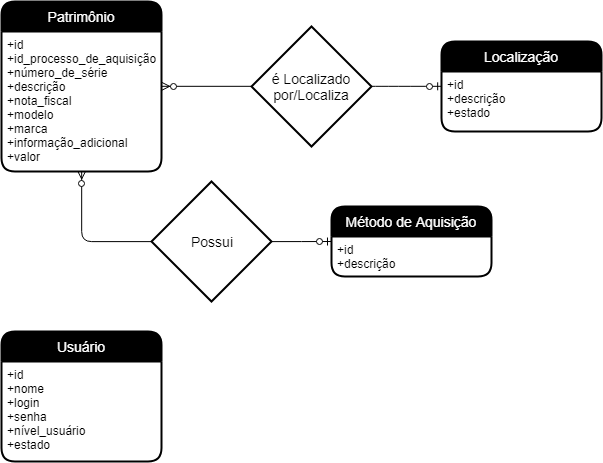
The draw.io diagram Diagramas/DER.png in gabrielfelicidade/patrimonio-docs, before a commit. Source tidied: cells renumbered, new cells last; positions are measured from the earlier drawing's top-left corner, leaving out a move shared by most shapes. Its diagram source:
```xml
<mxGraphModel>
  <root>
    <mxCell id="0" />
    <mxCell id="1" parent="0" />
    <mxCell id="2" value="Patrimônio" style="swimlane;horizontal=1;startSize=30;fillColor=#000000;fontColor=#FFFFFF;rounded=1;fontSize=14;fontStyle=0;strokeWidth=2;shadow=0;dashed=0;align=center;" parent="1" vertex="1">
      <mxGeometry width="160" height="170" as="geometry" />
    </mxCell>
    <mxCell id="3" value="+id&#10;+id_processo_de_aquisição&#10;+número_de_série&#10;+descrição&#10;+nota_fiscal&#10;+modelo&#10;+marca&#10;+informação_adicional&#10;+valor&#10;" style="align=left;strokeColor=none;fillColor=none;spacingLeft=4;fontSize=12;verticalAlign=top;" parent="2" vertex="1">
      <mxGeometry y="30" width="160" height="140" as="geometry" />
    </mxCell>
    <mxCell id="4" value="Localização" style="swimlane;horizontal=1;startSize=30;fillColor=#000000;fontColor=#FFFFFF;rounded=1;fontSize=14;fontStyle=0;strokeWidth=2;shadow=0;dashed=0;align=center;" parent="1" vertex="1">
      <mxGeometry x="440" y="40" width="160" height="90" as="geometry" />
    </mxCell>
    <mxCell id="5" value="+id&#10;+descrição&#10;+estado&#10;" style="align=left;strokeColor=none;fillColor=none;spacingLeft=4;fontSize=12;verticalAlign=top;" parent="4" vertex="1">
      <mxGeometry y="30" width="160" height="60" as="geometry" />
    </mxCell>
    <mxCell id="6" value="Método de Aquisição" style="swimlane;horizontal=1;startSize=30;fillColor=#000000;fontColor=#FFFFFF;rounded=1;fontSize=14;fontStyle=0;strokeWidth=2;shadow=0;dashed=0;align=center;" parent="1" vertex="1">
      <mxGeometry x="330" y="205" width="160" height="70" as="geometry" />
    </mxCell>
    <mxCell id="7" value="+id&#10;+descrição&#10;" style="align=left;strokeColor=none;fillColor=none;spacingLeft=4;fontSize=12;verticalAlign=top;" parent="6" vertex="1">
      <mxGeometry y="30" width="160" height="40" as="geometry" />
    </mxCell>
    <mxCell id="8" value="Usuário" style="swimlane;horizontal=1;startSize=30;fillColor=#000000;fontColor=#FFFFFF;rounded=1;fontSize=14;fontStyle=0;strokeWidth=2;shadow=0;dashed=0;align=center;" parent="1" vertex="1">
      <mxGeometry y="330" width="160" height="130" as="geometry" />
    </mxCell>
    <mxCell id="9" value="+id&#10;+nome&#10;+login&#10;+senha&#10;+nível_usuário&#10;+estado&#10;" style="align=left;strokeColor=none;fillColor=none;spacingLeft=4;fontSize=12;verticalAlign=top;" parent="8" vertex="1">
      <mxGeometry y="30" width="160" height="100" as="geometry" />
    </mxCell>
    <mxCell id="10" value="é Localizado por/Localiza" style="shape=rhombus;strokeWidth=2;fontSize=17;perimeter=rhombusPerimeter;whiteSpace=wrap;html=1;align=center;fontSize=14;fillColor=none;" parent="1" vertex="1">
      <mxGeometry x="250" y="25" width="120" height="120" as="geometry" />
    </mxCell>
    <mxCell id="11" style="fontSize=12;html=1;endArrow=ERzeroToMany;endFill=1;exitX=0;exitY=0.5;exitDx=0;exitDy=0;elbow=vertical;entryX=1.002;entryY=0.393;entryDx=0;entryDy=0;entryPerimeter=0;" parent="1" edge="1" source="10" target="3">
      <mxGeometry relative="1" as="geometry" />
    </mxCell>
    <mxCell id="12" style="edgeStyle=orthogonalEdgeStyle;fontSize=12;html=1;endArrow=ERzeroToOne;endFill=1;exitX=1;exitY=0.5;exitDx=0;exitDy=0;entryX=0;entryY=0.5;entryDx=0;entryDy=0;curved=1;" parent="1" edge="1" source="10" target="4">
      <mxGeometry relative="1" as="geometry" />
    </mxCell>
    <mxCell id="13" value="Possui" style="shape=rhombus;strokeWidth=2;fontSize=17;perimeter=rhombusPerimeter;whiteSpace=wrap;html=1;align=center;fontSize=14;fillColor=none;" parent="1" vertex="1">
      <mxGeometry x="150" y="180" width="120" height="120" as="geometry" />
    </mxCell>
    <mxCell id="14" style="fontSize=12;html=1;endArrow=ERzeroToMany;endFill=1;exitX=0;exitY=0.5;exitDx=0;exitDy=0;elbow=vertical;entryX=0.5;entryY=1;entryDx=0;entryDy=0;edgeStyle=orthogonalEdgeStyle;" parent="1" edge="1" source="13" target="3">
      <mxGeometry relative="1" as="geometry" />
    </mxCell>
    <mxCell id="15" style="edgeStyle=orthogonalEdgeStyle;fontSize=12;html=1;endArrow=ERzeroToOne;endFill=1;exitX=1;exitY=0.5;exitDx=0;exitDy=0;curved=1;" parent="1" edge="1" source="13">
      <mxGeometry relative="1" as="geometry">
        <mxPoint x="330" y="240" as="targetPoint" />
      </mxGeometry>
    </mxCell>
  </root>
</mxGraphModel>
```
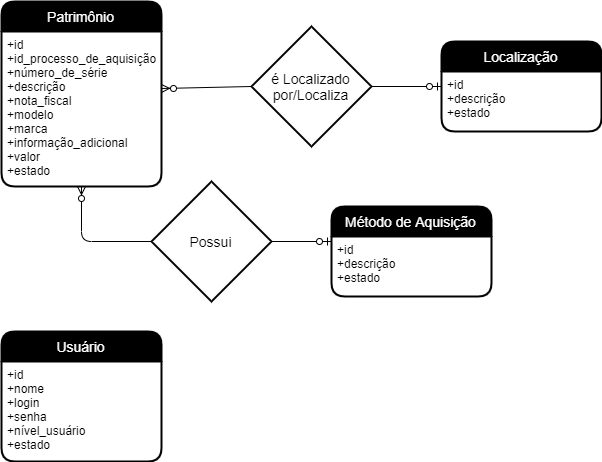
Later version of the same file.

Commit message:
280319 - Alterações nos Diagramas de Classe, DER e na documentação

What changed in the source:
```diff
@@ -3,10 +3,10 @@
     <mxCell id="0" />
     <mxCell id="1" parent="0" />
     <mxCell id="2" value="Patrimônio" style="swimlane;horizontal=1;startSize=30;fillColor=#000000;fontColor=#FFFFFF;rounded=1;fontSize=14;fontStyle=0;strokeWidth=2;shadow=0;dashed=0;align=center;" parent="1" vertex="1">
-      <mxGeometry width="160" height="170" as="geometry" />
+      <mxGeometry width="160" height="185" as="geometry" />
     </mxCell>
-    <mxCell id="3" value="+id&#10;+id_processo_de_aquisição&#10;+número_de_série&#10;+descrição&#10;+nota_fiscal&#10;+modelo&#10;+marca&#10;+informação_adicional&#10;+valor&#10;" style="align=left;strokeColor=none;fillColor=none;spacingLeft=4;fontSize=12;verticalAlign=top;" parent="2" vertex="1">
-      <mxGeometry y="30" width="160" height="140" as="geometry" />
+    <mxCell id="3" value="+id&#10;+id_processo_de_aquisição&#10;+número_de_série&#10;+descrição&#10;+nota_fiscal&#10;+modelo&#10;+marca&#10;+informação_adicional&#10;+valor&#10;+estado&#10;" style="align=left;strokeColor=none;fillColor=none;spacingLeft=4;fontSize=12;verticalAlign=top;" parent="2" vertex="1">
+      <mxGeometry y="30" width="160" height="155" as="geometry" />
     </mxCell>
     <mxCell id="4" value="Localização" style="swimlane;horizontal=1;startSize=30;fillColor=#000000;fontColor=#FFFFFF;rounded=1;fontSize=14;fontStyle=0;strokeWidth=2;shadow=0;dashed=0;align=center;" parent="1" vertex="1">
       <mxGeometry x="440" y="40" width="160" height="90" as="geometry" />
@@ -15,10 +15,10 @@
       <mxGeometry y="30" width="160" height="60" as="geometry" />
     </mxCell>
     <mxCell id="6" value="Método de Aquisição" style="swimlane;horizontal=1;startSize=30;fillColor=#000000;fontColor=#FFFFFF;rounded=1;fontSize=14;fontStyle=0;strokeWidth=2;shadow=0;dashed=0;align=center;" parent="1" vertex="1">
-      <mxGeometry x="330" y="205" width="160" height="70" as="geometry" />
+      <mxGeometry x="330" y="205" width="160" height="90" as="geometry" />
     </mxCell>
-    <mxCell id="7" value="+id&#10;+descrição&#10;" style="align=left;strokeColor=none;fillColor=none;spacingLeft=4;fontSize=12;verticalAlign=top;" parent="6" vertex="1">
-      <mxGeometry y="30" width="160" height="40" as="geometry" />
+    <mxCell id="7" value="+id&#10;+descrição&#10;+estado" style="align=left;strokeColor=none;fillColor=none;spacingLeft=4;fontSize=12;verticalAlign=top;" parent="6" vertex="1">
+      <mxGeometry y="30" width="160" height="60" as="geometry" />
     </mxCell>
     <mxCell id="8" value="Usuário" style="swimlane;horizontal=1;startSize=30;fillColor=#000000;fontColor=#FFFFFF;rounded=1;fontSize=14;fontStyle=0;strokeWidth=2;shadow=0;dashed=0;align=center;" parent="1" vertex="1">
       <mxGeometry y="330" width="160" height="130" as="geometry" />
@@ -29,7 +29,7 @@
     <mxCell id="10" value="é Localizado por/Localiza" style="shape=rhombus;strokeWidth=2;fontSize=17;perimeter=rhombusPerimeter;whiteSpace=wrap;html=1;align=center;fontSize=14;fillColor=none;" parent="1" vertex="1">
       <mxGeometry x="250" y="25" width="120" height="120" as="geometry" />
     </mxCell>
-    <mxCell id="11" style="fontSize=12;html=1;endArrow=ERzeroToMany;endFill=1;exitX=0;exitY=0.5;exitDx=0;exitDy=0;elbow=vertical;entryX=1.002;entryY=0.393;entryDx=0;entryDy=0;entryPerimeter=0;" parent="1" edge="1" source="10" target="3">
+    <mxCell id="11" style="fontSize=12;html=1;endArrow=ERzeroToMany;endFill=1;exitX=0;exitY=0.5;exitDx=0;exitDy=0;elbow=vertical;entryX=1.003;entryY=0.37;entryDx=0;entryDy=0;entryPerimeter=0;" parent="1" edge="1" source="10" target="3">
       <mxGeometry relative="1" as="geometry" />
     </mxCell>
     <mxCell id="12" style="edgeStyle=orthogonalEdgeStyle;fontSize=12;html=1;endArrow=ERzeroToOne;endFill=1;exitX=1;exitY=0.5;exitDx=0;exitDy=0;entryX=0;entryY=0.5;entryDx=0;entryDy=0;curved=1;" parent="1" edge="1" source="10" target="4">
```
